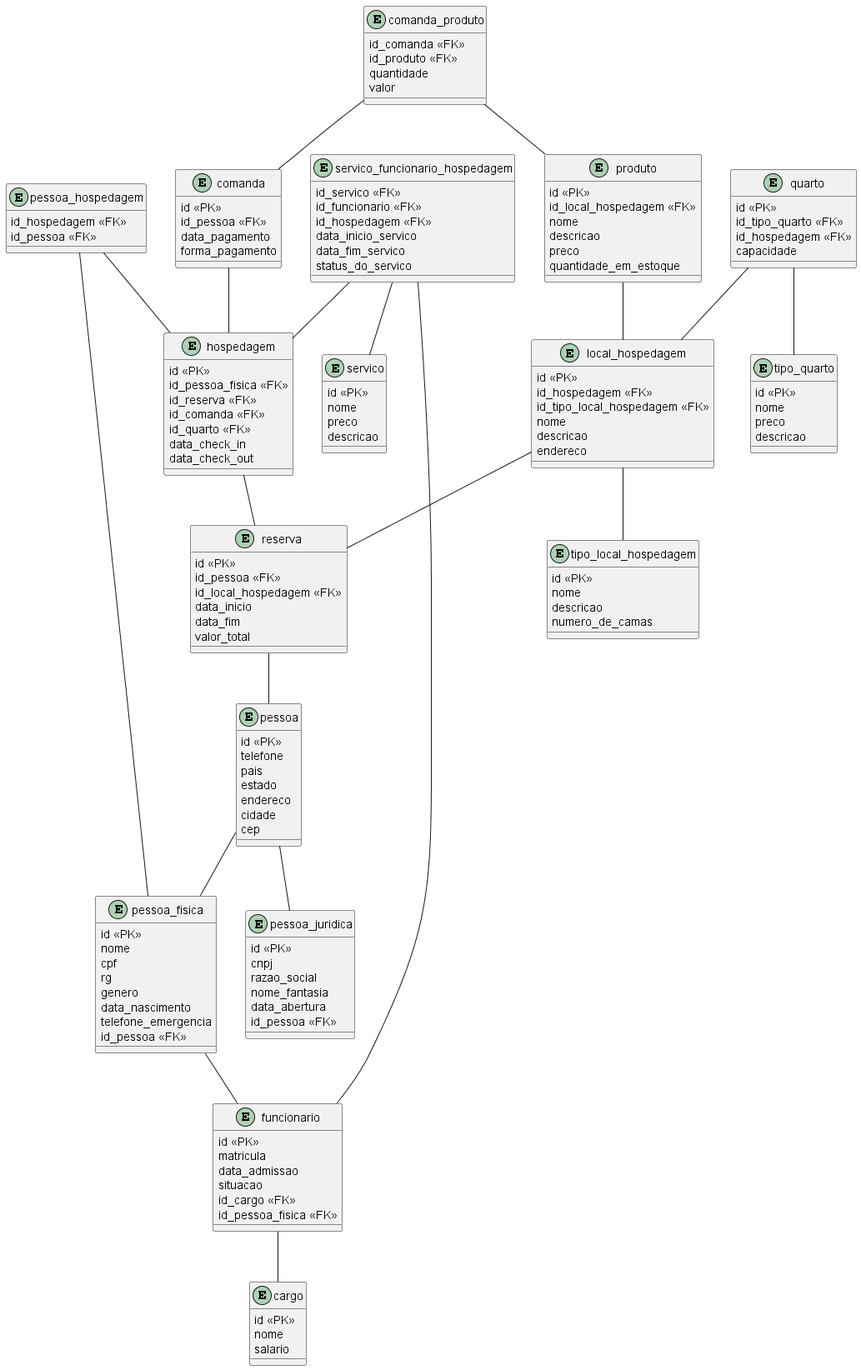
Before: out/Hospedagem/Hospedagem.png, a diagram exported from PlantUML (Berjooj/Pratica-DB-A1-N1).
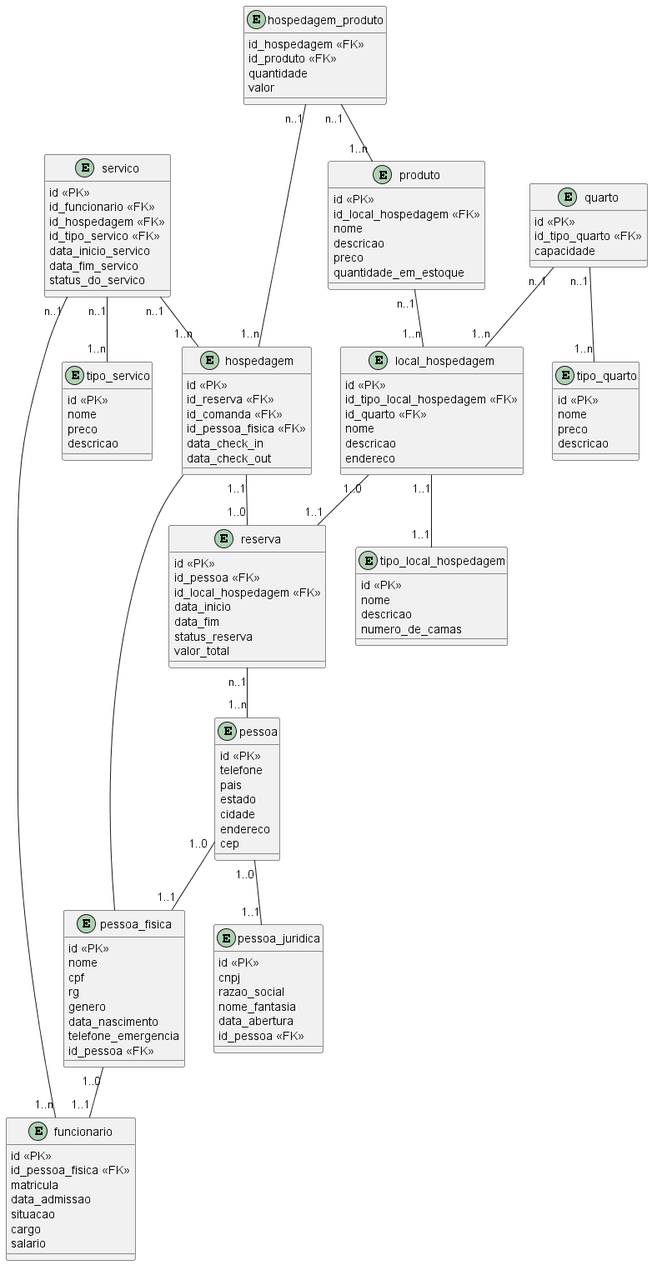
The same diagram one commit later.

Commit message:
UML imagem

Diff of the diagram source:
```diff
@@ -5,8 +5,8 @@
     telefone
     pais
     estado
+    cidade
     endereco
-    cidade
     cep
 }
 
@@ -30,19 +30,14 @@
     id_pessoa <<FK>>
 }
 
-entity cargo{
-    id <<PK>>
-    nome
-    salario
-}
-
 entity funcionario{
     id <<PK>>
+    id_pessoa_fisica <<FK>>
     matricula
     data_admissao
     situacao
-    id_cargo <<FK>>
-    id_pessoa_fisica <<FK>>
+    cargo
+    salario
 }
 
 entity reserva{
@@ -51,22 +46,17 @@
     id_local_hospedagem <<FK>>
     data_inicio
     data_fim
+    status_reserva
     valor_total
 }
 
 entity hospedagem{
     id <<PK>>
-    id_pessoa_fisica <<FK>>
     id_reserva <<FK>>
     id_comanda <<FK>>
-    id_quarto <<FK>>
+    id_pessoa_fisica <<FK>>
     data_check_in
     data_check_out
-}
-
-entity pessoa_hospedagem{
-    id_hospedagem <<FK>>
-    id_pessoa <<FK>>
 }
 
 entity tipo_local_hospedagem{
@@ -78,8 +68,8 @@
 
 entity local_hospedagem{
     id <<PK>>
-    id_hospedagem <<FK>>
     id_tipo_local_hospedagem <<FK>>
+    id_quarto <<FK>>
     nome
     descricao
     endereco
@@ -95,21 +85,21 @@
 entity quarto{
     id <<PK>>
     id_tipo_quarto <<FK>>
-    id_hospedagem <<FK>>
     capacidade
 }
 
-entity servico{
+entity tipo_servico{
     id <<PK>>
     nome
     preco
     descricao
 }
 
-entity servico_funcionario_hospedagem{
-    id_servico <<FK>>
+entity servico{
+    id <<PK>>
     id_funcionario <<FK>>
     id_hospedagem <<FK>>
+    id_tipo_servico <<FK>>
     data_inicio_servico
     data_fim_servico
     status_do_servico
@@ -124,49 +114,36 @@
     quantidade_em_estoque
 }
 
-entity comanda_produto{
-    id_comanda <<FK>>
+entity hospedagem_produto{
+    id_hospedagem <<FK>>
     id_produto <<FK>>
     quantidade
     valor
 }
 
-entity comanda{
-    id <<PK>>
-    id_pessoa <<FK>>
-    data_pagamento
-    forma_pagamento
-}
+pessoa "1..0" -- "1..1" pessoa_fisica
+pessoa "1..0" -- "1..1" pessoa_juridica
 
-pessoa -- pessoa_fisica
-pessoa -- pessoa_juridica
+pessoa_fisica "1..0" -- "1..1" funcionario
 
-pessoa_fisica -- funcionario
+reserva "n..1" -- "1..n" pessoa
+hospedagem "1..1" -- "1..0" reserva
 
-funcionario -- cargo
+local_hospedagem "1..0" -- "1..1" reserva
+local_hospedagem "1..1" -- "1..1" tipo_local_hospedagem
 
-reserva -- pessoa
+quarto "n..1" -- "1..n" tipo_quarto
+quarto "n..1" -- "1..n" local_hospedagem
 
-hospedagem -- reserva
+produto "n..1" -- "1..n" local_hospedagem
 
-local_hospedagem -- tipo_local_hospedagem
-local_hospedagem -- reserva
+hospedagem_produto "n..1" -- "1..n" produto
+hospedagem_produto "n..1" -- "1..n" hospedagem
 
-quarto -- tipo_quarto
-quarto -- local_hospedagem
+servico "n..1" -- "1..n" tipo_servico
+servico "n..1" -- "1..n" funcionario
+servico "n..1" -- "1..n" hospedagem
 
-servico_funcionario_hospedagem -- servico
-servico_funcionario_hospedagem -- funcionario
-servico_funcionario_hospedagem -- hospedagem
-
-produto -- local_hospedagem
-
-comanda -- hospedagem
-
-comanda_produto -- comanda
-comanda_produto -- produto
-
-pessoa_hospedagem -- hospedagem
-pessoa_hospedagem -- pessoa_fisica
+hospedagem -- pessoa_fisica
 
 @enduml
```
